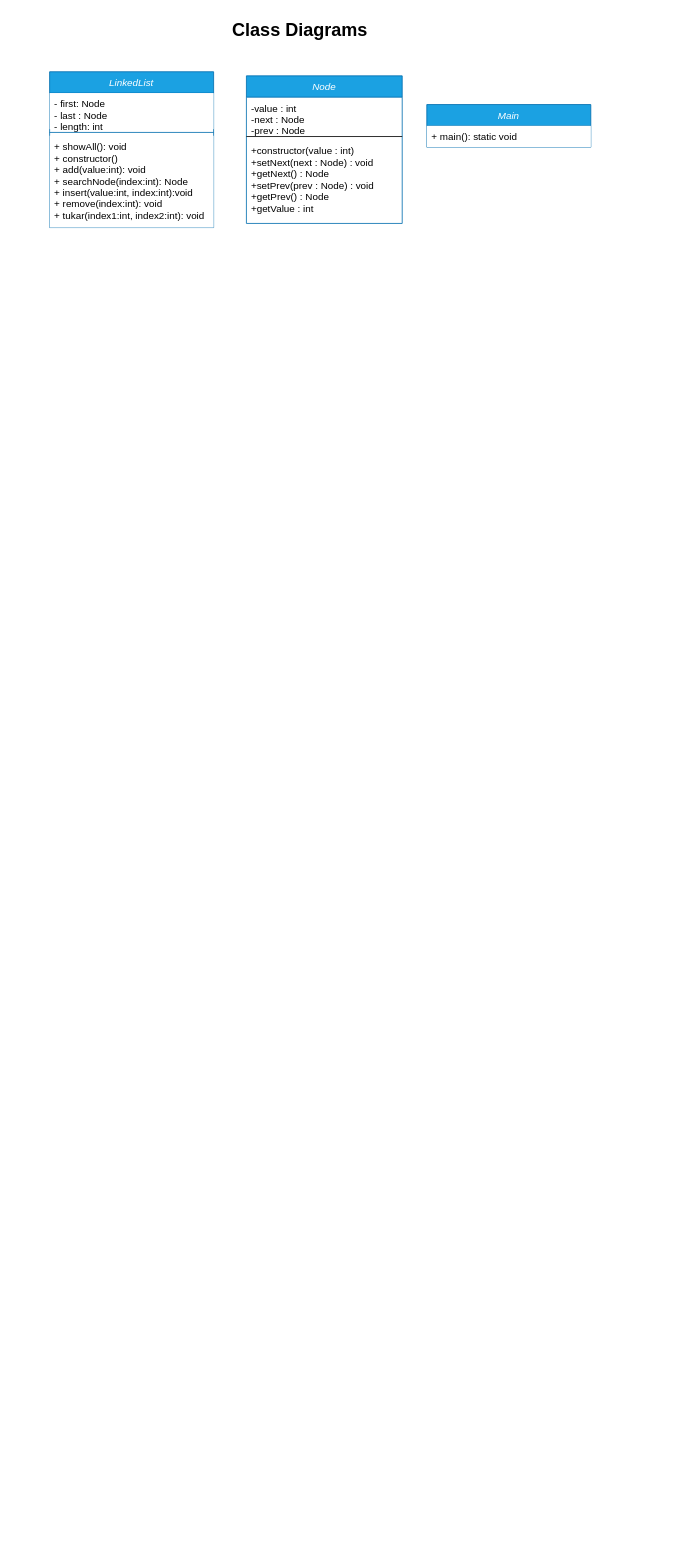
vstartech11/Strukdat keeps this draw.io diagram as 2. Stack, Queue, LinkedList/Untitled Diagram.drawio. Above is the earlier version. Source tidied: cells renumbered, new cells numbered last; positions are measured from the earlier drawing's top-left corner, leaving out a move shared by most shapes. Both pictures are drawn from the tidied source at 82%, with x=0, y=0 at pixel (49, 14).
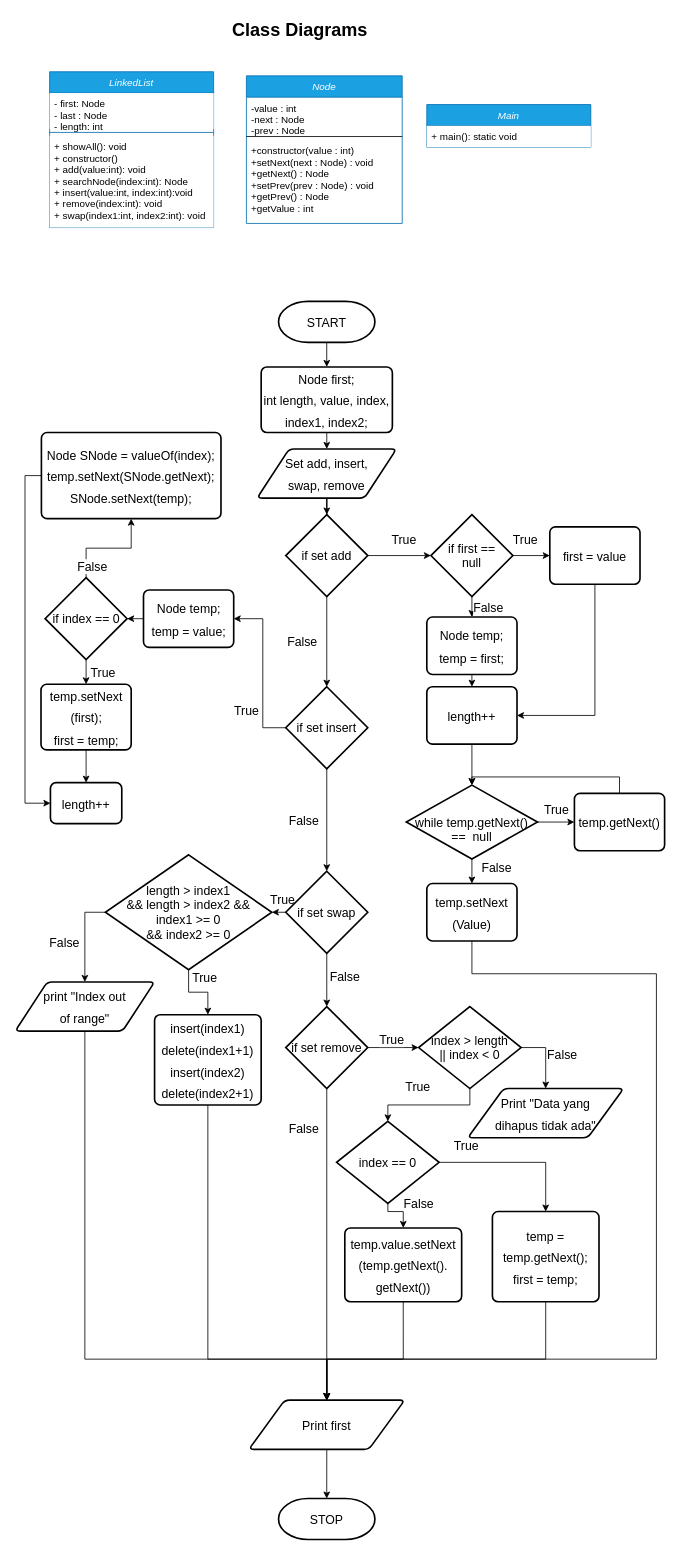
Above is the later version.

The change refers to these unchanged cells:
```xml
<mxCell id="6" value="LinkedList" style="swimlane;fontStyle=2;align=center;verticalAlign=top;horizontal=1;startSize=26;labelBackgroundColor=none;fillStyle=solid;fillColor=#1ba1e2;swimlaneFillColor=none;fontColor=#ffffff;strokeColor=#006EAF;" parent="1" vertex="1">
  <mxGeometry y="70" width="200" height="190" as="geometry" />
</mxCell>
```

The edit, as a diff of the source:
```diff
@@
-    <mxCell id="9" value="+ showAll(): void&#10;+ constructor()&#10;+ add(value:int): void&#10;+ searchNode(index:int): Node&#10;+ insert(value:int, index:int):void&#10;+ remove(index:int): void&#10;+ tukar(index1:int, index2:int): void" style="text;strokeColor=none;fillColor=#FFFFFF;align=left;verticalAlign=top;spacingLeft=4;spacingRight=4;overflow=hidden;" parent="6" vertex="1">
+    <mxCell id="9" value="+ showAll(): void&#10;+ constructor()&#10;+ add(value:int): void&#10;+ searchNode(index:int): Node&#10;+ insert(value:int, index:int):void&#10;+ remove(index:int): void&#10;+ swap(index1:int, index2:int): void" style="text;strokeColor=none;fillColor=#FFFFFF;align=left;verticalAlign=top;spacingLeft=4;spacingRight=4;overflow=hidden;" parent="6" vertex="1">
       <mxGeometry y="78" width="200" height="112" as="geometry" />
     </mxCell>
@@
+    <mxCell id="13" style="edgeStyle=orthogonalEdgeStyle;rounded=0;jettySize=auto;html=1;exitX=0.5;exitY=1;exitDx=0;exitDy=0;exitPerimeter=0;entryX=0.5;entryY=0;entryDx=0;entryDy=0;fontSize=15;" parent="1" edge="1" source="14" target="21">
+      <mxGeometry relative="1" as="geometry" />
+    </mxCell>
+    <mxCell id="14" value="&lt;font style=&quot;font-size: 15px;&quot;&gt;START&lt;/font&gt;" style="strokeWidth=2;html=1;shape=mxgraph.flowchart.terminator;whiteSpace=wrap;fontSize=22;" parent="1" vertex="1">
+      <mxGeometry x="279.2" y="350" width="117.5" height="50" as="geometry" />
+    </mxCell>
+    <mxCell id="15" style="edgeStyle=orthogonalEdgeStyle;rounded=0;jettySize=auto;html=1;exitX=0.5;exitY=1;exitDx=0;exitDy=0;fontSize=15;" parent="1" edge="1" source="16" target="19">
+      <mxGeometry relative="1" as="geometry" />
+    </mxCell>
+    <mxCell id="16" value="&lt;font style=&quot;font-size: 15px;&quot;&gt;Set add, insert, &lt;br&gt;swap, remove&lt;/font&gt;" style="shape=parallelogram;html=1;strokeWidth=2;perimeter=parallelogramPerimeter;whiteSpace=wrap;rounded=1;arcSize=12;size=0.23;fontSize=22;" parent="1" vertex="1">
+      <mxGeometry x="253" y="530" width="170" height="60" as="geometry" />
+    </mxCell>
+    <mxCell id="17" value="True" style="edgeStyle=orthogonalEdgeStyle;rounded=0;jettySize=auto;html=1;exitX=1;exitY=0.5;exitDx=0;exitDy=0;exitPerimeter=0;entryX=0;entryY=0.5;entryDx=0;entryDy=0;entryPerimeter=0;fontSize=15;" parent="1" edge="1" source="19" target="24">
+      <mxGeometry x="0.14" y="20" relative="1" as="geometry" />
+    </mxCell>
+    <mxCell id="18" value="False" style="edgeStyle=orthogonalEdgeStyle;rounded=0;jettySize=auto;html=1;exitX=0.5;exitY=1;exitDx=0;exitDy=0;exitPerimeter=0;entryX=0.5;entryY=0;entryDx=0;entryDy=0;entryPerimeter=0;fontSize=15;" parent="1" edge="1" source="19" target="38">
+      <mxGeometry y="-30" relative="1" as="geometry" />
+    </mxCell>
+    <mxCell id="19" value="if set add" style="strokeWidth=2;html=1;shape=mxgraph.flowchart.decision;whiteSpace=wrap;fontSize=15;" parent="1" vertex="1">
+      <mxGeometry x="288" y="610" width="100" height="100" as="geometry" />
+    </mxCell>
+    <mxCell id="20" style="edgeStyle=orthogonalEdgeStyle;rounded=0;jettySize=auto;html=1;exitX=0.5;exitY=1;exitDx=0;exitDy=0;entryX=0.5;entryY=0;entryDx=0;entryDy=0;fontSize=15;" parent="1" edge="1" source="21" target="16">
+      <mxGeometry relative="1" as="geometry" />
+    </mxCell>
+    <mxCell id="21" value="&lt;font style=&quot;font-size: 15px;&quot;&gt;Node first;&lt;br&gt;int length, value, index, index1, index2;&lt;br&gt;&lt;/font&gt;" style="rounded=1;whiteSpace=wrap;html=1;absoluteArcSize=1;arcSize=14;strokeWidth=2;fontSize=22;" parent="1" vertex="1">
+      <mxGeometry x="258" y="430" width="160" height="80" as="geometry" />
+    </mxCell>
+    <mxCell id="22" value="False" style="edgeStyle=orthogonalEdgeStyle;rounded=0;jettySize=auto;html=1;exitX=0.5;exitY=1;exitDx=0;exitDy=0;exitPerimeter=0;entryX=0.5;entryY=0;entryDx=0;entryDy=0;fontSize=15;" parent="1" edge="1" source="24" target="26">
+      <mxGeometry y="20" relative="1" as="geometry" />
+    </mxCell>
+    <mxCell id="23" value="True" style="edgeStyle=orthogonalEdgeStyle;rounded=0;jettySize=auto;html=1;exitX=1;exitY=0.5;exitDx=0;exitDy=0;exitPerimeter=0;entryX=0;entryY=0.5;entryDx=0;entryDy=0;fontSize=15;" parent="1" edge="1" source="24" target="28">
+      <mxGeometry x="-0.33" y="20" relative="1" as="geometry" />
+    </mxCell>
+    <mxCell id="24" value="if first ==&lt;br&gt;null" style="strokeWidth=2;html=1;shape=mxgraph.flowchart.decision;whiteSpace=wrap;fontSize=15;" parent="1" vertex="1">
+      <mxGeometry x="465" y="610" width="100" height="100" as="geometry" />
+    </mxCell>
+    <mxCell id="25" style="edgeStyle=orthogonalEdgeStyle;rounded=0;jettySize=auto;html=1;exitX=0.5;exitY=1;exitDx=0;exitDy=0;entryX=0.5;entryY=0;entryDx=0;entryDy=0;fontSize=15;" parent="1" edge="1" source="26" target="53">
+      <mxGeometry relative="1" as="geometry" />
+    </mxCell>
+    <mxCell id="26" value="&lt;font style=&quot;font-size: 15px;&quot;&gt;Node temp;&lt;br&gt;temp = first;&lt;br&gt;&lt;/font&gt;" style="rounded=1;whiteSpace=wrap;html=1;absoluteArcSize=1;arcSize=14;strokeWidth=2;fontSize=22;" parent="1" vertex="1">
+      <mxGeometry x="460" y="735" width="110" height="70" as="geometry" />
+    </mxCell>
+    <mxCell id="27" style="edgeStyle=orthogonalEdgeStyle;rounded=0;jettySize=auto;html=1;exitX=0.5;exitY=1;exitDx=0;exitDy=0;entryX=1;entryY=0.5;entryDx=0;entryDy=0;fontSize=15;" parent="1" edge="1" source="28" target="53">
+      <mxGeometry relative="1" as="geometry" />
+    </mxCell>
+    <mxCell id="28" value="&lt;font style=&quot;font-size: 15px;&quot;&gt;first = value&lt;br&gt;&lt;/font&gt;" style="rounded=1;whiteSpace=wrap;html=1;absoluteArcSize=1;arcSize=14;strokeWidth=2;fontSize=22;" parent="1" vertex="1">
+      <mxGeometry x="610" y="625" width="110" height="70" as="geometry" />
+    </mxCell>
+    <mxCell id="29" value="True" style="edgeStyle=orthogonalEdgeStyle;rounded=0;jettySize=auto;html=1;exitX=1;exitY=0.5;exitDx=0;exitDy=0;exitPerimeter=0;entryX=0;entryY=0.5;entryDx=0;entryDy=0;fontSize=15;" parent="1" edge="1" source="31" target="33">
+      <mxGeometry y="15" relative="1" as="geometry" />
+    </mxCell>
+    <mxCell id="30" value="False" style="edgeStyle=orthogonalEdgeStyle;rounded=0;jettySize=auto;html=1;exitX=0.5;exitY=1;exitDx=0;exitDy=0;exitPerimeter=0;entryX=0.5;entryY=0;entryDx=0;entryDy=0;fontSize=15;" parent="1" edge="1" source="31" target="35">
+      <mxGeometry x="-0.33" y="30" relative="1" as="geometry" />
+    </mxCell>
+    <mxCell id="31" value="&lt;br&gt;while temp.getNext()&lt;br&gt;==&amp;nbsp; null" style="strokeWidth=2;html=1;shape=mxgraph.flowchart.decision;whiteSpace=wrap;fontSize=15;" parent="1" vertex="1">
+      <mxGeometry x="435" y="940" width="160" height="90" as="geometry" />
+    </mxCell>
+    <mxCell id="32" style="edgeStyle=orthogonalEdgeStyle;rounded=0;jettySize=auto;html=1;exitX=0.5;exitY=0;exitDx=0;exitDy=0;entryX=0.5;entryY=0;entryDx=0;entryDy=0;entryPerimeter=0;fontSize=15;" parent="1" edge="1" source="33" target="31">
+      <mxGeometry relative="1" as="geometry" />
+    </mxCell>
+    <mxCell id="33" value="&lt;font style=&quot;font-size: 15px;&quot;&gt;temp.getNext()&lt;br&gt;&lt;/font&gt;" style="rounded=1;whiteSpace=wrap;html=1;absoluteArcSize=1;arcSize=14;strokeWidth=2;fontSize=22;" parent="1" vertex="1">
+      <mxGeometry x="640" y="950" width="110" height="70" as="geometry" />
+    </mxCell>
+    <mxCell id="34" style="edgeStyle=orthogonalEdgeStyle;rounded=0;jettySize=auto;html=1;exitX=0.5;exitY=1;exitDx=0;exitDy=0;entryX=0.5;entryY=0;entryDx=0;entryDy=0;fontSize=15;" parent="1" edge="1" source="35" target="77">
+      <mxGeometry relative="1" as="geometry">
+        <Array as="points">
+          <mxPoint x="515" y="1170" />
+          <mxPoint x="740" y="1170" />
+          <mxPoint x="740" y="1640" />
+          <mxPoint x="338" y="1640" />
+        </Array>
+      </mxGeometry>
+    </mxCell>
+    <mxCell id="35" value="&lt;font style=&quot;font-size: 15px;&quot;&gt;temp.setNext&lt;br&gt;(Value)&lt;br&gt;&lt;/font&gt;" style="rounded=1;whiteSpace=wrap;html=1;absoluteArcSize=1;arcSize=14;strokeWidth=2;fontSize=22;" parent="1" vertex="1">
+      <mxGeometry x="460" y="1060" width="110" height="70" as="geometry" />
+    </mxCell>
+    <mxCell id="36" value="True" style="edgeStyle=orthogonalEdgeStyle;rounded=0;jettySize=auto;html=1;exitX=0;exitY=0.5;exitDx=0;exitDy=0;exitPerimeter=0;entryX=1;entryY=0.5;entryDx=0;entryDy=0;fontSize=15;" parent="1" edge="1" source="38" target="40">
+      <mxGeometry x="-0.5" y="20" relative="1" as="geometry">
+        <Array as="points">
+          <mxPoint x="260" y="870" />
+          <mxPoint x="260" y="737" />
+        </Array>
+      </mxGeometry>
+    </mxCell>
+    <mxCell id="37" value="False" style="edgeStyle=orthogonalEdgeStyle;rounded=0;jettySize=auto;html=1;exitX=0.5;exitY=1;exitDx=0;exitDy=0;exitPerimeter=0;entryX=0.5;entryY=0;entryDx=0;entryDy=0;entryPerimeter=0;fontSize=15;" parent="1" edge="1" source="38" target="51">
+      <mxGeometry y="-28" relative="1" as="geometry" />
+    </mxCell>
+    <mxCell id="38" value="if set insert" style="strokeWidth=2;html=1;shape=mxgraph.flowchart.decision;whiteSpace=wrap;fontSize=15;" parent="1" vertex="1">
+      <mxGeometry x="288" y="820" width="100" height="100" as="geometry" />
+    </mxCell>
+    <mxCell id="39" style="edgeStyle=orthogonalEdgeStyle;rounded=0;jettySize=auto;html=1;exitX=0;exitY=0.5;exitDx=0;exitDy=0;entryX=1;entryY=0.5;entryDx=0;entryDy=0;entryPerimeter=0;fontSize=15;" parent="1" edge="1" source="40" target="43">
+      <mxGeometry relative="1" as="geometry" />
+    </mxCell>
+    <mxCell id="40" value="&lt;font style=&quot;font-size: 15px;&quot;&gt;Node temp;&lt;br&gt;temp = value;&lt;br&gt;&lt;/font&gt;" style="rounded=1;whiteSpace=wrap;html=1;absoluteArcSize=1;arcSize=14;strokeWidth=2;fontSize=22;" parent="1" vertex="1">
+      <mxGeometry x="114.5" y="702" width="110" height="70" as="geometry" />
+    </mxCell>
+    <mxCell id="41" value="True" style="edgeStyle=orthogonalEdgeStyle;rounded=0;jettySize=auto;html=1;exitX=0.5;exitY=1;exitDx=0;exitDy=0;exitPerimeter=0;entryX=0.5;entryY=0;entryDx=0;entryDy=0;fontSize=15;" parent="1" edge="1" source="43" target="45">
+      <mxGeometry y="20" relative="1" as="geometry" />
+    </mxCell>
+    <mxCell id="42" value="False" style="edgeStyle=orthogonalEdgeStyle;rounded=0;jettySize=auto;html=1;exitX=0.5;exitY=0;exitDx=0;exitDy=0;exitPerimeter=0;entryX=0.5;entryY=1;entryDx=0;entryDy=0;fontSize=15;" parent="1" edge="1" source="43" target="48">
+      <mxGeometry x="-0.33" y="-22" relative="1" as="geometry" />
+    </mxCell>
+    <mxCell id="43" value="if index == 0" style="strokeWidth=2;html=1;shape=mxgraph.flowchart.decision;whiteSpace=wrap;fontSize=15;" parent="1" vertex="1">
+      <mxGeometry x="-5.5" y="687" width="100" height="100" as="geometry" />
+    </mxCell>
+    <mxCell id="44" style="edgeStyle=orthogonalEdgeStyle;rounded=0;jettySize=auto;html=1;exitX=0.5;exitY=1;exitDx=0;exitDy=0;entryX=0.5;entryY=0;entryDx=0;entryDy=0;fontSize=15;" parent="1" edge="1" source="45" target="46">
+      <mxGeometry relative="1" as="geometry" />
+    </mxCell>
+    <mxCell id="45" value="&lt;font style=&quot;font-size: 15px;&quot;&gt;temp.setNext&lt;br&gt;(first);&lt;br&gt;first = temp;&lt;br&gt;&lt;/font&gt;" style="rounded=1;whiteSpace=wrap;html=1;absoluteArcSize=1;arcSize=14;strokeWidth=2;fontSize=22;" parent="1" vertex="1">
+      <mxGeometry x="-10.5" y="817" width="110" height="80" as="geometry" />
+    </mxCell>
+    <mxCell id="46" value="&lt;font style=&quot;font-size: 15px;&quot;&gt;length++&lt;br&gt;&lt;/font&gt;" style="rounded=1;whiteSpace=wrap;html=1;absoluteArcSize=1;arcSize=14;strokeWidth=2;fontSize=22;" parent="1" vertex="1">
+      <mxGeometry x="1" y="937" width="87" height="50" as="geometry" />
+    </mxCell>
+    <mxCell id="47" style="edgeStyle=orthogonalEdgeStyle;rounded=0;jettySize=auto;html=1;exitX=0;exitY=0.5;exitDx=0;exitDy=0;entryX=0;entryY=0.5;entryDx=0;entryDy=0;fontSize=15;" parent="1" edge="1" source="48" target="46">
+      <mxGeometry relative="1" as="geometry" />
+    </mxCell>
+    <mxCell id="48" value="&lt;font style=&quot;font-size: 15px;&quot;&gt;Node SNode = valueOf(index);&lt;br&gt;temp.setNext(SNode.getNext);&lt;br&gt;SNode.setNext(temp);&lt;br&gt;&lt;/font&gt;" style="rounded=1;whiteSpace=wrap;html=1;absoluteArcSize=1;arcSize=14;strokeWidth=2;fontSize=22;" parent="1" vertex="1">
+      <mxGeometry x="-10" y="510" width="219" height="105" as="geometry" />
+    </mxCell>
+    <mxCell id="49" value="True" style="edgeStyle=orthogonalEdgeStyle;rounded=0;jettySize=auto;html=1;exitX=0;exitY=0.5;exitDx=0;exitDy=0;exitPerimeter=0;entryX=1;entryY=0.5;entryDx=0;entryDy=0;entryPerimeter=0;fontSize=15;" parent="1" edge="1" source="51" target="56">
+      <mxGeometry x="-0.48" y="-16" relative="1" as="geometry" />
+    </mxCell>
+    <mxCell id="50" value="False" style="edgeStyle=orthogonalEdgeStyle;rounded=0;jettySize=auto;html=1;exitX=0.5;exitY=1;exitDx=0;exitDy=0;exitPerimeter=0;entryX=0.5;entryY=0;entryDx=0;entryDy=0;entryPerimeter=0;fontSize=15;" parent="1" edge="1" source="51" target="63">
+      <mxGeometry x="-0.14" y="22" relative="1" as="geometry" />
+    </mxCell>
+    <mxCell id="51" value="if set swap" style="strokeWidth=2;html=1;shape=mxgraph.flowchart.decision;whiteSpace=wrap;fontSize=15;" parent="1" vertex="1">
+      <mxGeometry x="288" y="1045" width="100" height="100" as="geometry" />
+    </mxCell>
+    <mxCell id="52" style="edgeStyle=orthogonalEdgeStyle;rounded=0;jettySize=auto;html=1;exitX=0.5;exitY=1;exitDx=0;exitDy=0;entryX=0.5;entryY=0;entryDx=0;entryDy=0;entryPerimeter=0;fontSize=15;" parent="1" edge="1" source="53" target="31">
+      <mxGeometry relative="1" as="geometry" />
+    </mxCell>
+    <mxCell id="53" value="&lt;font style=&quot;font-size: 15px;&quot;&gt;length++&lt;br&gt;&lt;/font&gt;" style="rounded=1;whiteSpace=wrap;html=1;absoluteArcSize=1;arcSize=14;strokeWidth=2;fontSize=22;" parent="1" vertex="1">
+      <mxGeometry x="460" y="820" width="110" height="70" as="geometry" />
+    </mxCell>
+    <mxCell id="54" value="True" style="edgeStyle=orthogonalEdgeStyle;rounded=0;jettySize=auto;html=1;exitX=0.5;exitY=1;exitDx=0;exitDy=0;exitPerimeter=0;entryX=0.5;entryY=0;entryDx=0;entryDy=0;fontSize=15;" parent="1" edge="1" source="56" target="58">
+      <mxGeometry x="0.2" y="18" relative="1" as="geometry" />
+    </mxCell>
+    <mxCell id="55" value="False" style="edgeStyle=orthogonalEdgeStyle;rounded=0;jettySize=auto;html=1;exitX=0;exitY=0.5;exitDx=0;exitDy=0;exitPerimeter=0;entryX=0.5;entryY=0;entryDx=0;entryDy=0;fontSize=15;" parent="1" edge="1" source="56" target="60">
+      <mxGeometry x="0.12" y="-25" relative="1" as="geometry" />
+    </mxCell>
+    <mxCell id="56" value="length &amp;gt; index1&lt;br&gt;&amp;amp;&amp;amp; length &amp;gt; index2 &amp;amp;&amp;amp; &lt;br&gt;index1 &amp;gt;= 0 &lt;br&gt;&amp;amp;&amp;amp; index2 &amp;gt;= 0" style="strokeWidth=2;html=1;shape=mxgraph.flowchart.decision;whiteSpace=wrap;fontSize=15;" parent="1" vertex="1">
+      <mxGeometry x="68" y="1025" width="203" height="140" as="geometry" />
+    </mxCell>
+    <mxCell id="57" style="edgeStyle=orthogonalEdgeStyle;rounded=0;jettySize=auto;html=1;exitX=0.5;exitY=1;exitDx=0;exitDy=0;entryX=0.5;entryY=0;entryDx=0;entryDy=0;fontSize=15;" parent="1" edge="1" source="58" target="77">
+      <mxGeometry relative="1" as="geometry">
+        <Array as="points">
+          <mxPoint x="193" y="1640" />
+          <mxPoint x="338" y="1640" />
+        </Array>
+      </mxGeometry>
+    </mxCell>
+    <mxCell id="58" value="&lt;font style=&quot;font-size: 15px;&quot;&gt;insert(index1)&lt;br&gt;delete(index1+1)&lt;br&gt;insert(index2)&lt;br&gt;delete(index2+1)&lt;br&gt;&lt;/font&gt;" style="rounded=1;whiteSpace=wrap;html=1;absoluteArcSize=1;arcSize=14;strokeWidth=2;fontSize=22;" parent="1" vertex="1">
+      <mxGeometry x="128" y="1220" width="130" height="110" as="geometry" />
+    </mxCell>
+    <mxCell id="59" style="edgeStyle=orthogonalEdgeStyle;rounded=0;jettySize=auto;html=1;exitX=0.5;exitY=1;exitDx=0;exitDy=0;entryX=0.5;entryY=0;entryDx=0;entryDy=0;fontSize=15;" parent="1" edge="1" source="60" target="77">
+      <mxGeometry relative="1" as="geometry">
+        <Array as="points">
+          <mxPoint x="43" y="1640" />
+          <mxPoint x="338" y="1640" />
+        </Array>
+      </mxGeometry>
+    </mxCell>
+    <mxCell id="60" value="&lt;span style=&quot;font-size: 15px;&quot;&gt;print &quot;Index out &lt;br&gt;of range&quot;&lt;/span&gt;" style="shape=parallelogram;html=1;strokeWidth=2;perimeter=parallelogramPerimeter;whiteSpace=wrap;rounded=1;arcSize=12;size=0.23;fontSize=22;" parent="1" vertex="1">
+      <mxGeometry x="-42" y="1180" width="170" height="60" as="geometry" />
+    </mxCell>
+    <mxCell id="61" value="True" style="edgeStyle=orthogonalEdgeStyle;rounded=0;jettySize=auto;html=1;exitX=1;exitY=0.5;exitDx=0;exitDy=0;exitPerimeter=0;entryX=0;entryY=0.5;entryDx=0;entryDy=0;entryPerimeter=0;fontSize=15;" parent="1" edge="1" source="63" target="66">
+      <mxGeometry x="-0.06" y="10" relative="1" as="geometry" />
+    </mxCell>
+    <mxCell id="62" value="False" style="edgeStyle=orthogonalEdgeStyle;rounded=0;jettySize=auto;html=1;exitX=0.5;exitY=1;exitDx=0;exitDy=0;exitPerimeter=0;entryX=0.5;entryY=0;entryDx=0;entryDy=0;fontSize=15;" parent="1" edge="1" source="63" target="77">
+      <mxGeometry x="-0.74" y="-28" relative="1" as="geometry" />
+    </mxCell>
+    <mxCell id="63" value="if set remove" style="strokeWidth=2;html=1;shape=mxgraph.flowchart.decision;whiteSpace=wrap;fontSize=15;" parent="1" vertex="1">
+      <mxGeometry x="288" y="1210" width="100" height="100" as="geometry" />
+    </mxCell>
+    <mxCell id="64" value="False" style="edgeStyle=orthogonalEdgeStyle;rounded=0;jettySize=auto;html=1;exitX=1;exitY=0.5;exitDx=0;exitDy=0;exitPerimeter=0;entryX=0.5;entryY=0;entryDx=0;entryDy=0;fontSize=15;" parent="1" edge="1" source="66" target="67">
+      <mxGeometry x="-0.05" y="20" relative="1" as="geometry" />
+    </mxCell>
+    <mxCell id="65" value="True" style="edgeStyle=orthogonalEdgeStyle;rounded=0;jettySize=auto;html=1;exitX=0.5;exitY=1;exitDx=0;exitDy=0;exitPerimeter=0;entryX=0.5;entryY=0;entryDx=0;entryDy=0;entryPerimeter=0;fontSize=15;" parent="1" edge="1" source="66" target="70">
+      <mxGeometry x="0.2" y="-22" relative="1" as="geometry" />
+    </mxCell>
+    <mxCell id="66" value="index &amp;gt; length&lt;br&gt;|| index &amp;lt; 0" style="strokeWidth=2;html=1;shape=mxgraph.flowchart.decision;whiteSpace=wrap;fontSize=15;" parent="1" vertex="1">
+      <mxGeometry x="450" y="1210" width="125" height="100" as="geometry" />
+    </mxCell>
+    <mxCell id="67" value="&lt;span style=&quot;font-size: 15px;&quot;&gt;Print &quot;Data yang &lt;br&gt;dihapus tidak ada&quot;&lt;/span&gt;" style="shape=parallelogram;html=1;strokeWidth=2;perimeter=parallelogramPerimeter;whiteSpace=wrap;rounded=1;arcSize=12;size=0.23;fontSize=22;" parent="1" vertex="1">
+      <mxGeometry x="510" y="1310" width="190" height="60" as="geometry" />
+    </mxCell>
+    <mxCell id="68" value="True" style="edgeStyle=orthogonalEdgeStyle;rounded=0;jettySize=auto;html=1;exitX=1;exitY=0.5;exitDx=0;exitDy=0;exitPerimeter=0;entryX=0.5;entryY=0;entryDx=0;entryDy=0;fontSize=15;" parent="1" edge="1" source="70" target="72">
+      <mxGeometry x="-0.65" y="20" relative="1" as="geometry" />
+    </mxCell>
+    <mxCell id="69" value="False" style="edgeStyle=orthogonalEdgeStyle;rounded=0;jettySize=auto;html=1;exitX=0.5;exitY=1;exitDx=0;exitDy=0;exitPerimeter=0;entryX=0.5;entryY=0;entryDx=0;entryDy=0;fontSize=15;" parent="1" edge="1" source="70" target="74">
+      <mxGeometry x="0.18" y="21" relative="1" as="geometry">
+        <Array as="points">
+          <mxPoint x="413" y="1460" />
+          <mxPoint x="431" y="1460" />
+        </Array>
+        <mxPoint x="-2" y="-10" as="offset" />
+      </mxGeometry>
+    </mxCell>
+    <mxCell id="70" value="index == 0" style="strokeWidth=2;html=1;shape=mxgraph.flowchart.decision;whiteSpace=wrap;fontSize=15;" parent="1" vertex="1">
+      <mxGeometry x="350" y="1350" width="125" height="100" as="geometry" />
+    </mxCell>
+    <mxCell id="71" style="edgeStyle=orthogonalEdgeStyle;rounded=0;jettySize=auto;html=1;exitX=0.5;exitY=1;exitDx=0;exitDy=0;entryX=0.5;entryY=0;entryDx=0;entryDy=0;fontSize=15;" parent="1" edge="1" source="72" target="77">
+      <mxGeometry relative="1" as="geometry">
+        <Array as="points">
+          <mxPoint x="605" y="1640" />
+          <mxPoint x="338" y="1640" />
+        </Array>
+      </mxGeometry>
+    </mxCell>
+    <mxCell id="72" value="&lt;font style=&quot;font-size: 15px;&quot;&gt;temp = temp.getNext();&lt;br&gt;first = temp;&lt;br&gt;&lt;/font&gt;" style="rounded=1;whiteSpace=wrap;html=1;absoluteArcSize=1;arcSize=14;strokeWidth=2;fontSize=22;" parent="1" vertex="1">
+      <mxGeometry x="540" y="1460" width="130" height="110" as="geometry" />
+    </mxCell>
+    <mxCell id="73" style="edgeStyle=orthogonalEdgeStyle;rounded=0;jettySize=auto;html=1;exitX=0.5;exitY=1;exitDx=0;exitDy=0;entryX=0.5;entryY=0;entryDx=0;entryDy=0;fontSize=15;" parent="1" edge="1" source="74" target="77">
+      <mxGeometry relative="1" as="geometry">
+        <Array as="points">
+          <mxPoint x="431" y="1640" />
+          <mxPoint x="338" y="1640" />
+        </Array>
+      </mxGeometry>
+    </mxCell>
+    <mxCell id="74" value="&lt;font style=&quot;&quot;&gt;&lt;span style=&quot;font-size: 15px;&quot;&gt;temp.value.setNext&lt;br&gt;(temp.getNext().&lt;br&gt;getNext())&lt;/span&gt;&lt;br&gt;&lt;/font&gt;" style="rounded=1;whiteSpace=wrap;html=1;absoluteArcSize=1;arcSize=14;strokeWidth=2;fontSize=22;" parent="1" vertex="1">
+      <mxGeometry x="360" y="1480" width="142.5" height="90" as="geometry" />
+    </mxCell>
+    <mxCell id="75" value="&lt;span style=&quot;font-size: 15px;&quot;&gt;STOP&lt;/span&gt;" style="strokeWidth=2;html=1;shape=mxgraph.flowchart.terminator;whiteSpace=wrap;fontSize=22;" parent="1" vertex="1">
+      <mxGeometry x="279.2" y="1810" width="117.5" height="50" as="geometry" />
+    </mxCell>
+    <mxCell id="76" style="edgeStyle=orthogonalEdgeStyle;rounded=0;jettySize=auto;html=1;exitX=0.5;exitY=1;exitDx=0;exitDy=0;entryX=0.5;entryY=0;entryDx=0;entryDy=0;entryPerimeter=0;fontSize=15;" parent="1" edge="1" source="77" target="75">
+      <mxGeometry relative="1" as="geometry" />
+    </mxCell>
+    <mxCell id="77" value="&lt;span style=&quot;font-size: 15px;&quot;&gt;Print first&lt;/span&gt;" style="shape=parallelogram;html=1;strokeWidth=2;perimeter=parallelogramPerimeter;whiteSpace=wrap;rounded=1;arcSize=12;size=0.23;fontSize=22;" parent="1" vertex="1">
+      <mxGeometry x="243" y="1690" width="190" height="60" as="geometry" />
+    </mxCell>
```
